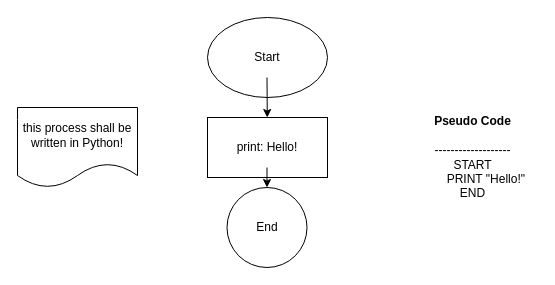
Tobias-Bru/Python keeps this draw.io diagram as docs/Tag 3/Hello.drawio. Above is the earlier version. Source tidied: cells renumbered, new cells numbered last; positions are measured from the earlier drawing's top-left corner, leaving out a move shared by most shapes. Both pictures are drawn from the tidied source at 100%, with x=0, y=0 at pixel (17, 17).
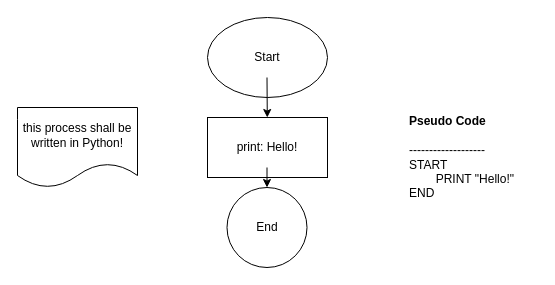
The same page after the edit.

Diff of the diagram source:
```diff
@@
 <mxGraphModel>
   <root>
     <mxCell id="0" />
     <mxCell id="1" parent="0" />
     <mxCell id="2" value="Start" style="ellipse;whiteSpace=wrap;html=1;" parent="1" vertex="1">
       <mxGeometry x="190" width="120" height="80" as="geometry" />
     </mxCell>
     <mxCell id="3" style="endArrow=classic;html=1;rounded=0;" parent="1" edge="1" target="4">
       <mxGeometry relative="1" as="geometry">
         <mxPoint x="249.5" y="60" as="sourcePoint" />
       </mxGeometry>
     </mxCell>
     <mxCell id="4" value="print: Hello!" style="rounded=0;whiteSpace=wrap;html=1;" parent="1" vertex="1">
       <mxGeometry x="190" y="100" width="120" height="60" as="geometry" />
     </mxCell>
     <mxCell id="5" style="endArrow=classic;html=1;rounded=0;" parent="1" edge="1" target="6">
       <mxGeometry relative="1" as="geometry">
         <mxPoint x="249.5" y="150" as="sourcePoint" />
       </mxGeometry>
     </mxCell>
     <mxCell id="6" value="End" style="ellipse;whiteSpace=wrap;html=1;" parent="1" vertex="1">
       <mxGeometry x="209.5" y="170" width="80" height="80" as="geometry" />
     </mxCell>
     <mxCell id="7" value="this process shall be written in Python!" style="shape=document;whiteSpace=wrap;html=1;boundedLbl=1;" parent="1" vertex="1">
       <mxGeometry y="90" width="120" height="80" as="geometry" />
     </mxCell>
-    <mxCell id="8" value="&lt;b&gt;Pseudo Code&lt;/b&gt;&lt;div&gt;&lt;b&gt;&lt;br&gt;&lt;/b&gt;&lt;/div&gt;&lt;div&gt;-------------------&lt;/div&gt;&lt;div&gt;START&lt;/div&gt;&lt;div&gt;&lt;span style=&quot;white-space: pre;&quot;&gt;&#9;&lt;/span&gt;PRINT &quot;Hello!&quot;&lt;br&gt;&lt;/div&gt;&lt;div&gt;END&lt;/div&gt;" style="text;html=1;align=center;verticalAlign=middle;strokeColor=none;fillColor=none;" parent="1" vertex="1">
+    <mxCell id="8" value="&lt;b&gt;Pseudo Code&lt;/b&gt;&lt;div&gt;&lt;b&gt;&lt;br&gt;&lt;/b&gt;&lt;/div&gt;&lt;div&gt;-------------------&lt;/div&gt;&lt;div&gt;START&lt;/div&gt;&lt;div&gt;&lt;span style=&quot;white-space: pre;&quot;&gt;&#9;&lt;/span&gt;PRINT &quot;Hello!&quot;&lt;br&gt;&lt;/div&gt;&lt;div&gt;END&lt;/div&gt;" style="text;html=1;align=left;verticalAlign=middle;strokeColor=none;fillColor=none;" parent="1" vertex="1">
       <mxGeometry x="390" y="90" width="130" height="100" as="geometry" />
     </mxCell>
   </root>
 </mxGraphModel>
```
